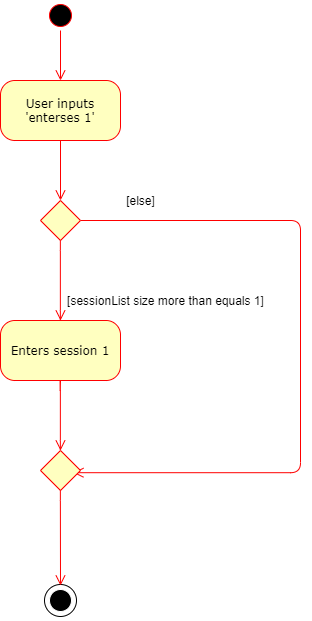
The draw.io diagram docs/images/EnterSessionActivityDiagram.png in nweiyue/tp, before a commit. Source tidied: cells renumbered, new cells last; positions are measured from the earlier drawing's top-left corner, leaving out a move shared by most shapes. Source of this version:
```xml
<mxGraphModel background="#ffffff">
  <root>
    <mxCell id="0" />
    <mxCell id="1" parent="0" />
    <mxCell id="2" style="ellipse;html=1;shape=startState;rounded=1;shadow=0;comic=0;labelBackgroundColor=none;fontFamily=Verdana;fontSize=12;fontColor=#000000;align=center;direction=south;fillColor=#FFFFFF;" parent="1" vertex="1">
      <mxGeometry x="40" y="580" width="40" height="40" as="geometry" />
    </mxCell>
    <mxCell id="3" style="ellipse;html=1;shape=startState;fillColor=#000000;strokeColor=#ff0000;rounded=1;shadow=0;comic=0;labelBackgroundColor=none;fontFamily=Verdana;fontSize=12;fontColor=#000000;align=center;direction=south;" parent="1" vertex="1">
      <mxGeometry x="45" width="30" height="30" as="geometry" />
    </mxCell>
    <mxCell id="4" value="User inputs 'enterses 1'" style="rounded=1;whiteSpace=wrap;html=1;arcSize=24;fillColor=#ffffc0;strokeColor=#ff0000;shadow=0;comic=0;labelBackgroundColor=none;fontFamily=Verdana;fontSize=12;fontColor=#000000;align=center;" parent="1" vertex="1">
      <mxGeometry y="80" width="120" height="60" as="geometry" />
    </mxCell>
    <mxCell id="5" value="Enters session 1" style="rounded=1;whiteSpace=wrap;html=1;arcSize=24;fillColor=#ffffc0;strokeColor=#ff0000;shadow=0;comic=0;labelBackgroundColor=none;fontFamily=Verdana;fontSize=12;fontColor=#000000;align=center;" parent="1" vertex="1">
      <mxGeometry y="320" width="120" height="60" as="geometry" />
    </mxCell>
    <mxCell id="6" style="edgeStyle=orthogonalEdgeStyle;html=1;labelBackgroundColor=none;endArrow=open;endSize=8;strokeColor=#ff0000;fontFamily=Verdana;fontSize=12;align=left;" parent="1" edge="1" source="3" target="4">
      <mxGeometry relative="1" as="geometry" />
    </mxCell>
    <mxCell id="7" style="edgeStyle=orthogonalEdgeStyle;html=1;labelBackgroundColor=none;endArrow=open;endSize=8;strokeColor=#ff0000;fontFamily=Verdana;fontSize=12;align=left;" parent="1" edge="1" source="4" target="9">
      <mxGeometry relative="1" as="geometry" />
    </mxCell>
    <mxCell id="8" style="edgeStyle=elbowEdgeStyle;html=1;labelBackgroundColor=none;endArrow=open;endSize=8;strokeColor=#ff0000;fontFamily=Verdana;fontSize=12;align=left;exitX=1;exitY=0.5;exitDx=0;exitDy=0;entryX=0.823;entryY=0.555;entryDx=0;entryDy=0;entryPerimeter=0;" parent="1" edge="1" source="9" target="14">
      <mxGeometry relative="1" as="geometry">
        <Array as="points">
          <mxPoint x="300" y="290" />
          <mxPoint x="300" y="300" />
        </Array>
      </mxGeometry>
    </mxCell>
    <mxCell id="9" style="rhombus;whiteSpace=wrap;html=1;fillColor=#FFFFC0;strokeColor=#FF0000;" parent="1" vertex="1">
      <mxGeometry x="40" y="200" width="40" height="40" as="geometry" />
    </mxCell>
    <mxCell id="10" style="edgeStyle=elbowEdgeStyle;html=1;labelBackgroundColor=none;endArrow=open;endSize=8;strokeColor=#ff0000;fontFamily=Verdana;fontSize=12;align=left;" parent="1" edge="1">
      <mxGeometry relative="1" as="geometry">
        <mxPoint x="60" y="240" as="sourcePoint" />
        <mxPoint x="60" y="320" as="targetPoint" />
      </mxGeometry>
    </mxCell>
    <mxCell id="11" value="[sessionList size more than equals 1]" style="text;html=1;align=center;verticalAlign=middle;" parent="1" vertex="1">
      <mxGeometry x="60" y="290" width="210" height="20" as="geometry" />
    </mxCell>
    <mxCell id="12" value="[else]" style="text;html=1;align=center;verticalAlign=middle;" parent="1" vertex="1">
      <mxGeometry x="120" y="190" width="40" height="20" as="geometry" />
    </mxCell>
    <mxCell id="13" style="edgeStyle=elbowEdgeStyle;html=1;labelBackgroundColor=none;endArrow=open;endSize=8;strokeColor=#ff0000;fontFamily=Verdana;fontSize=12;align=left;exitX=0.25;exitY=1;" parent="1" edge="1">
      <mxGeometry relative="1" as="geometry">
        <mxPoint x="60.5" y="380" as="sourcePoint" />
        <mxPoint x="60" y="450" as="targetPoint" />
      </mxGeometry>
    </mxCell>
    <mxCell id="14" style="rhombus;whiteSpace=wrap;html=1;fillColor=#FFFFC0;strokeColor=#FF0000;" parent="1" vertex="1">
      <mxGeometry x="40" y="450" width="40" height="40" as="geometry" />
    </mxCell>
    <mxCell id="15" style="ellipse;html=1;shape=startState;fillColor=#000000;rounded=1;shadow=0;comic=0;labelBackgroundColor=none;fontFamily=Verdana;fontSize=12;fontColor=#000000;align=center;direction=south;strokeColor=#FFFFFF;" parent="1" vertex="1">
      <mxGeometry x="45" y="585" width="30" height="30" as="geometry" />
    </mxCell>
    <mxCell id="16" style="edgeStyle=elbowEdgeStyle;html=1;labelBackgroundColor=none;endArrow=open;endSize=8;strokeColor=#ff0000;fontFamily=Verdana;fontSize=12;align=left;exitX=0.25;exitY=1;" parent="1" edge="1" target="15">
      <mxGeometry relative="1" as="geometry">
        <mxPoint x="59.5" y="490" as="sourcePoint" />
      </mxGeometry>
    </mxCell>
  </root>
</mxGraphModel>
```
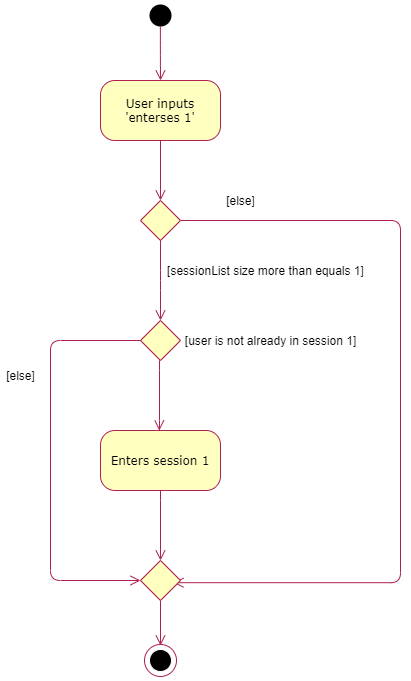
After the change.

Commit message:
Edit enterses activity diagram png

Diff of the diagram source:
```diff
@@ -2,25 +2,22 @@
   <root>
     <mxCell id="0" />
     <mxCell id="1" parent="0" />
+    <mxCell id="3" style="ellipse;html=1;shape=startState;fillColor=#000000;rounded=1;shadow=0;comic=0;labelBackgroundColor=none;fontFamily=Verdana;fontSize=12;fontColor=#000000;align=center;direction=south;strokeColor=none;" parent="1" vertex="1">
+      <mxGeometry x="45" width="30" height="30" as="geometry" />
+    </mxCell>
-    <mxCell id="2" style="ellipse;html=1;shape=startState;rounded=1;shadow=0;comic=0;labelBackgroundColor=none;fontFamily=Verdana;fontSize=12;fontColor=#000000;align=center;direction=south;fillColor=#FFFFFF;" parent="1" vertex="1">
-      <mxGeometry x="40" y="580" width="40" height="40" as="geometry" />
+    <mxCell id="2" style="ellipse;html=1;shape=startState;rounded=1;shadow=0;comic=0;labelBackgroundColor=none;fontFamily=Verdana;fontSize=12;fontColor=#000000;align=center;direction=south;fillColor=#FFFFFF;strokeColor=#ac2150;" parent="1" vertex="1">
+      <mxGeometry x="40" y="640" width="40" height="40" as="geometry" />
     </mxCell>
-    <mxCell id="3" style="ellipse;html=1;shape=startState;fillColor=#000000;strokeColor=#ff0000;rounded=1;shadow=0;comic=0;labelBackgroundColor=none;fontFamily=Verdana;fontSize=12;fontColor=#000000;align=center;direction=south;" parent="1" vertex="1">
-      <mxGeometry x="45" width="30" height="30" as="geometry" />
-    </mxCell>
-    <mxCell id="4" value="User inputs 'enterses 1'" style="rounded=1;whiteSpace=wrap;html=1;arcSize=24;fillColor=#ffffc0;strokeColor=#ff0000;shadow=0;comic=0;labelBackgroundColor=none;fontFamily=Verdana;fontSize=12;fontColor=#000000;align=center;" parent="1" vertex="1">
+    <mxCell id="4" value="User inputs 'enterses 1'" style="rounded=1;whiteSpace=wrap;html=1;arcSize=24;fillColor=#ffffc0;shadow=0;comic=0;labelBackgroundColor=none;fontFamily=Verdana;fontSize=12;fontColor=#000000;align=center;strokeColor=#ac2150;" parent="1" vertex="1">
       <mxGeometry y="80" width="120" height="60" as="geometry" />
     </mxCell>
-    <mxCell id="5" value="Enters session 1" style="rounded=1;whiteSpace=wrap;html=1;arcSize=24;fillColor=#ffffc0;strokeColor=#ff0000;shadow=0;comic=0;labelBackgroundColor=none;fontFamily=Verdana;fontSize=12;fontColor=#000000;align=center;" parent="1" vertex="1">
-      <mxGeometry y="320" width="120" height="60" as="geometry" />
+    <mxCell id="5" value="Enters session 1" style="rounded=1;whiteSpace=wrap;html=1;arcSize=24;fillColor=#ffffc0;shadow=0;comic=0;labelBackgroundColor=none;fontFamily=Verdana;fontSize=12;fontColor=#000000;align=center;strokeColor=#ac2150;" parent="1" vertex="1">
+      <mxGeometry y="430" width="120" height="60" as="geometry" />
     </mxCell>
-    <mxCell id="6" style="edgeStyle=orthogonalEdgeStyle;html=1;labelBackgroundColor=none;endArrow=open;endSize=8;strokeColor=#ff0000;fontFamily=Verdana;fontSize=12;align=left;" parent="1" edge="1" source="3" target="4">
-      <mxGeometry relative="1" as="geometry" />
-    </mxCell>
-    <mxCell id="7" style="edgeStyle=orthogonalEdgeStyle;html=1;labelBackgroundColor=none;endArrow=open;endSize=8;strokeColor=#ff0000;fontFamily=Verdana;fontSize=12;align=left;" parent="1" edge="1" source="4" target="9">
+    <mxCell id="7" style="edgeStyle=orthogonalEdgeStyle;html=1;labelBackgroundColor=none;endArrow=open;endSize=8;fontFamily=Verdana;fontSize=12;align=left;strokeColor=#ac2150;" parent="1" edge="1" source="4" target="9">
       <mxGeometry relative="1" as="geometry" />
     </mxCell>
-    <mxCell id="8" style="edgeStyle=elbowEdgeStyle;html=1;labelBackgroundColor=none;endArrow=open;endSize=8;strokeColor=#ff0000;fontFamily=Verdana;fontSize=12;align=left;exitX=1;exitY=0.5;exitDx=0;exitDy=0;entryX=0.823;entryY=0.555;entryDx=0;entryDy=0;entryPerimeter=0;" parent="1" edge="1" source="9" target="14">
+    <mxCell id="8" style="edgeStyle=elbowEdgeStyle;html=1;labelBackgroundColor=none;endArrow=open;endSize=8;fontFamily=Verdana;fontSize=12;align=left;exitX=1;exitY=0.5;exitDx=0;exitDy=0;entryX=0.823;entryY=0.555;entryDx=0;entryDy=0;entryPerimeter=0;strokeColor=#ac2150;" parent="1" edge="1" source="9" target="14">
       <mxGeometry relative="1" as="geometry">
         <Array as="points">
           <mxPoint x="300" y="290" />
@@ -28,37 +25,67 @@
         </Array>
       </mxGeometry>
     </mxCell>
-    <mxCell id="9" style="rhombus;whiteSpace=wrap;html=1;fillColor=#FFFFC0;strokeColor=#FF0000;" parent="1" vertex="1">
+    <mxCell id="9" style="rhombus;whiteSpace=wrap;html=1;fillColor=#FFFFC0;strokeColor=#ac2150;" parent="1" vertex="1">
       <mxGeometry x="40" y="200" width="40" height="40" as="geometry" />
     </mxCell>
-    <mxCell id="10" style="edgeStyle=elbowEdgeStyle;html=1;labelBackgroundColor=none;endArrow=open;endSize=8;strokeColor=#ff0000;fontFamily=Verdana;fontSize=12;align=left;" parent="1" edge="1">
+    <mxCell id="10" style="edgeStyle=elbowEdgeStyle;html=1;labelBackgroundColor=none;endArrow=open;endSize=8;fontFamily=Verdana;fontSize=12;align=left;strokeColor=#ac2150;" parent="1" edge="1">
       <mxGeometry relative="1" as="geometry">
         <mxPoint x="60" y="240" as="sourcePoint" />
         <mxPoint x="60" y="320" as="targetPoint" />
       </mxGeometry>
     </mxCell>
     <mxCell id="11" value="[sessionList size more than equals 1]" style="text;html=1;align=center;verticalAlign=middle;" parent="1" vertex="1">
-      <mxGeometry x="60" y="290" width="210" height="20" as="geometry" />
+      <mxGeometry x="60" y="260" width="210" height="20" as="geometry" />
     </mxCell>
     <mxCell id="12" value="[else]" style="text;html=1;align=center;verticalAlign=middle;" parent="1" vertex="1">
       <mxGeometry x="120" y="190" width="40" height="20" as="geometry" />
     </mxCell>
-    <mxCell id="13" style="edgeStyle=elbowEdgeStyle;html=1;labelBackgroundColor=none;endArrow=open;endSize=8;strokeColor=#ff0000;fontFamily=Verdana;fontSize=12;align=left;exitX=0.25;exitY=1;" parent="1" edge="1">
+    <mxCell id="13" style="edgeStyle=elbowEdgeStyle;html=1;labelBackgroundColor=none;endArrow=open;endSize=8;fontFamily=Verdana;fontSize=12;align=left;exitX=0.25;exitY=1;strokeColor=#ac2150;" parent="1" edge="1">
       <mxGeometry relative="1" as="geometry">
-        <mxPoint x="60.5" y="380" as="sourcePoint" />
-        <mxPoint x="60" y="450" as="targetPoint" />
+        <mxPoint x="59.3" y="360" as="sourcePoint" />
+        <mxPoint x="58.8" y="430" as="targetPoint" />
       </mxGeometry>
     </mxCell>
-    <mxCell id="14" style="rhombus;whiteSpace=wrap;html=1;fillColor=#FFFFC0;strokeColor=#FF0000;" parent="1" vertex="1">
-      <mxGeometry x="40" y="450" width="40" height="40" as="geometry" />
-    </mxCell>
     <mxCell id="15" style="ellipse;html=1;shape=startState;fillColor=#000000;rounded=1;shadow=0;comic=0;labelBackgroundColor=none;fontFamily=Verdana;fontSize=12;fontColor=#000000;align=center;direction=south;strokeColor=#FFFFFF;" parent="1" vertex="1">
-      <mxGeometry x="45" y="585" width="30" height="30" as="geometry" />
+      <mxGeometry x="45" y="645" width="30" height="30" as="geometry" />
     </mxCell>
-    <mxCell id="16" style="edgeStyle=elbowEdgeStyle;html=1;labelBackgroundColor=none;endArrow=open;endSize=8;strokeColor=#ff0000;fontFamily=Verdana;fontSize=12;align=left;exitX=0.25;exitY=1;" parent="1" edge="1" target="15">
+    <mxCell id="16" style="edgeStyle=elbowEdgeStyle;html=1;labelBackgroundColor=none;endArrow=open;endSize=8;fontFamily=Verdana;fontSize=12;align=left;exitX=0.25;exitY=1;strokeColor=#ac2150;" parent="1" edge="1" source="14" target="15">
       <mxGeometry relative="1" as="geometry">
-        <mxPoint x="59.5" y="490" as="sourcePoint" />
+        <Array as="points">
+          <mxPoint x="60" y="640" />
+          <mxPoint x="60" y="640" />
+        </Array>
       </mxGeometry>
     </mxCell>
+    <mxCell id="6" style="edgeStyle=orthogonalEdgeStyle;html=1;labelBackgroundColor=none;endArrow=open;endSize=8;fontFamily=Verdana;fontSize=12;align=left;exitX=0.848;exitY=0.504;exitDx=0;exitDy=0;exitPerimeter=0;strokeColor=#ac2150;" parent="1" edge="1" source="3" target="4">
+      <mxGeometry relative="1" as="geometry" />
+    </mxCell>
+    <mxCell id="17" style="edgeStyle=orthogonalEdgeStyle;rounded=0;orthogonalLoop=1;jettySize=auto;html=1;exitX=1;exitY=0.5;exitDx=0;exitDy=0;" parent="1" edge="1" source="3" target="3">
+      <mxGeometry relative="1" as="geometry" />
+    </mxCell>
+    <mxCell id="18" style="rhombus;whiteSpace=wrap;html=1;fillColor=#FFFFC0;strokeColor=#ac2150;" parent="1" vertex="1">
+      <mxGeometry x="40" y="320" width="40" height="40" as="geometry" />
+    </mxCell>
+    <mxCell id="19" value="[user is not already in session 1]" style="text;html=1;align=center;verticalAlign=middle;" parent="1" vertex="1">
+      <mxGeometry x="75" y="330" width="190" height="20" as="geometry" />
+    </mxCell>
+    <mxCell id="14" style="rhombus;whiteSpace=wrap;html=1;fillColor=#FFFFC0;strokeColor=#ac2150;" parent="1" vertex="1">
+      <mxGeometry x="40" y="560" width="40" height="40" as="geometry" />
+    </mxCell>
+    <mxCell id="20" style="edgeStyle=elbowEdgeStyle;html=1;labelBackgroundColor=none;endArrow=open;endSize=8;fontFamily=Verdana;fontSize=12;align=left;exitX=0.25;exitY=1;strokeColor=#ac2150;" parent="1" edge="1" target="14">
+      <mxGeometry relative="1" as="geometry">
+        <mxPoint x="59.5" y="490" as="sourcePoint" />
+      </mxGeometry>
+    </mxCell>
+    <mxCell id="21" style="edgeStyle=elbowEdgeStyle;html=1;labelBackgroundColor=none;endArrow=open;endSize=8;fontFamily=Verdana;fontSize=12;align=left;exitX=0;exitY=0.5;strokeColor=#ac2150;entryX=0;entryY=0.5;entryDx=0;entryDy=0;exitDx=0;exitDy=0;" parent="1" edge="1" source="18" target="14">
+      <mxGeometry relative="1" as="geometry">
+        <Array as="points">
+          <mxPoint x="-50" y="340" />
+        </Array>
+      </mxGeometry>
+    </mxCell>
+    <mxCell id="22" value="[else]" style="text;html=1;align=center;verticalAlign=middle;" parent="1" vertex="1">
+      <mxGeometry x="-100" y="365" width="40" height="20" as="geometry" />
+    </mxCell>
   </root>
 </mxGraphModel>
```
